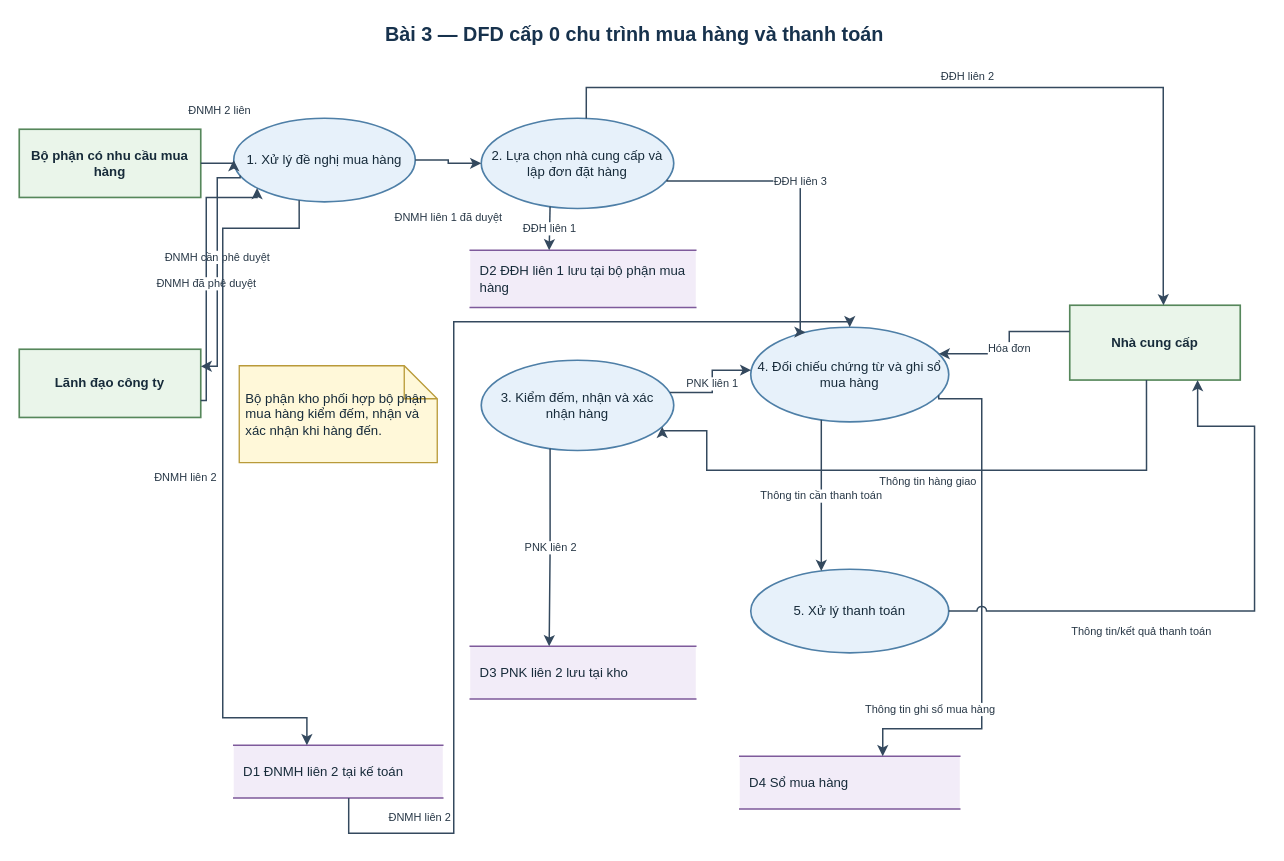
Earlier version of the draw.io diagram assets/drawio/07_purchase_level0_dfd.drawio (saigonbaddielover/thtrang). Source tidied: cells renumbered, new cells numbered last; positions are measured from the earlier drawing's top-left corner, leaving out a move shared by most shapes. Both pictures are drawn from the tidied source at 110%, with x=0, y=0 at pixel (19, 19).
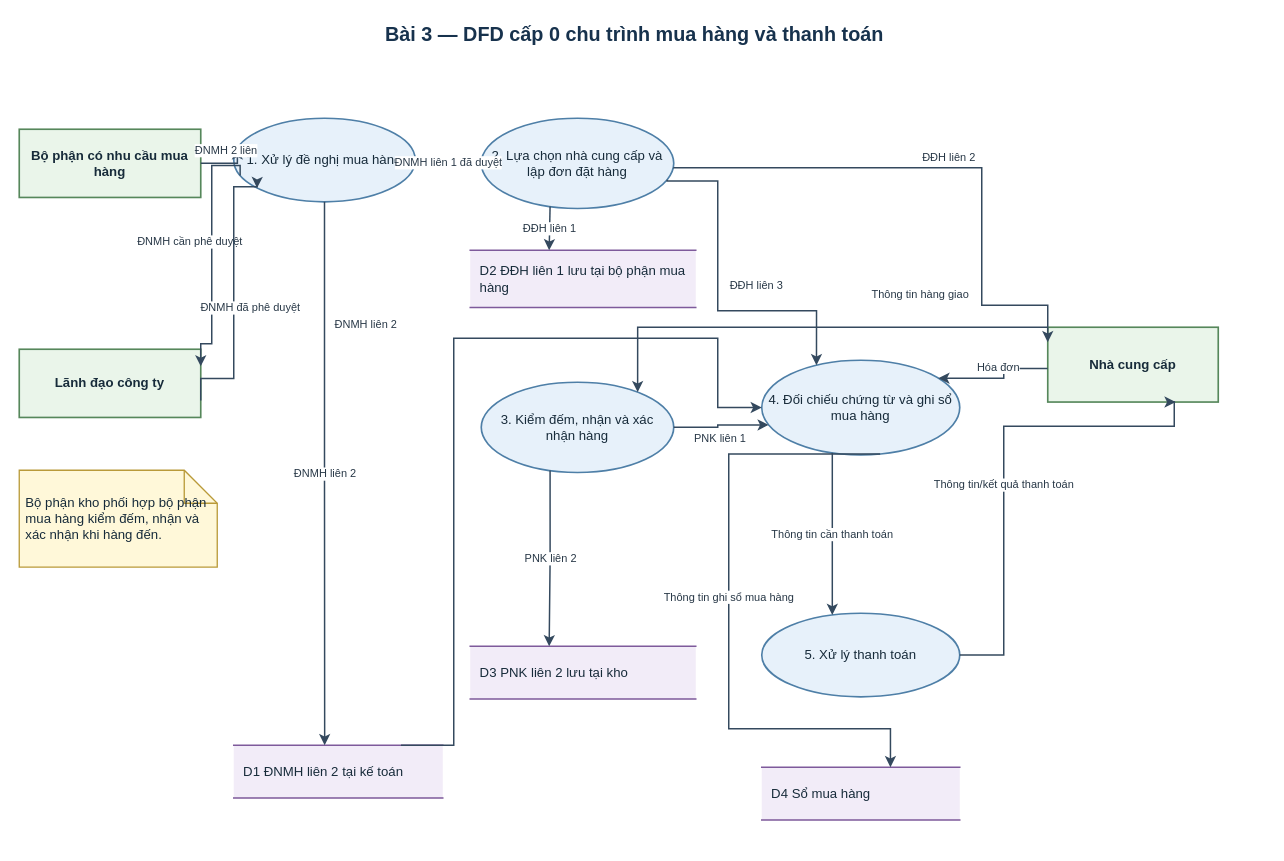
The same page after the edit.

Unchanged cells that the change refers to:
```xml
<mxCell id="3" value="Bộ phận có nhu cầu mua hàng" style="rounded=0;html=1;whiteSpace=wrap;fontFamily=Arial;align=center;verticalAlign=middle;fontColor=#172B3A; fontSize=11;fontStyle=1;spacing=5;fillColor=#EAF5EA;strokeColor=#56875B;strokeWidth=1.5;" parent="1" vertex="1">
  <mxGeometry y="100" width="165" height="62" as="geometry" />
</mxCell>
<mxCell id="4" value="Lãnh đạo công ty" style="rounded=0;html=1;whiteSpace=wrap;fontFamily=Arial;align=center;verticalAlign=middle;fontColor=#172B3A; fontSize=11;fontStyle=1;spacing=5;fillColor=#EAF5EA;strokeColor=#56875B;strokeWidth=1.5;" parent="1" vertex="1">
  <mxGeometry y="300" width="165" height="62" as="geometry" />
</mxCell>
<mxCell id="6" value="1. Xử lý đề nghị mua hàng" style="shape=ellipse;perimeter=ellipsePerimeter;html=1;whiteSpace=wrap;fontFamily=Arial;align=center;verticalAlign=middle;fontColor=#172B3A; fontSize=11;spacing=5;fillColor=#E7F1FA;strokeColor=#4E7FA7;strokeWidth=1.5;" parent="1" vertex="1">
  <mxGeometry x="195" y="90" width="165" height="76" as="geometry" />
</mxCell>
<mxCell id="7" value="2. Lựa chọn nhà cung cấp và lập đơn đặt hàng" style="shape=ellipse;perimeter=ellipsePerimeter;html=1;whiteSpace=wrap;fontFamily=Arial;align=center;verticalAlign=middle;fontColor=#172B3A; fontSize=11;spacing=5;fillColor=#E7F1FA;strokeColor=#4E7FA7;strokeWidth=1.5;" parent="1" vertex="1">
  <mxGeometry x="420" y="90" width="175" height="82" as="geometry" />
</mxCell>
<mxCell id="11" value="D1  ĐNMH liên 2 tại kế toán" style="shape=partialRectangle;right=0;left=0;html=1;whiteSpace=wrap;fontFamily=Arial;align=center;verticalAlign=middle;fontColor=#172B3A; fontSize=10;align=left;spacingLeft=7;spacingRight=4;fillColor=#F2ECF8;strokeColor=#7E5A9B;strokeWidth=1.4;" parent="1" vertex="1">
  <mxGeometry x="195" y="660" width="190" height="48" as="geometry" />
</mxCell>
```

What changed in the source:
```diff
@@
     <mxCell id="5" value="Nhà cung cấp" style="rounded=0;html=1;whiteSpace=wrap;fontFamily=Arial;align=center;verticalAlign=middle;fontColor=#172B3A; fontSize=11;fontStyle=1;spacing=5;fillColor=#EAF5EA;strokeColor=#56875B;strokeWidth=1.5;" parent="1" vertex="1">
-      <mxGeometry x="955" y="260" width="155" height="68" as="geometry" />
+      <mxGeometry x="935" y="280" width="155" height="68" as="geometry" />
     </mxCell>
@@
     <mxCell id="8" value="3. Kiểm đếm, nhận và xác nhận hàng" style="shape=ellipse;perimeter=ellipsePerimeter;html=1;whiteSpace=wrap;fontFamily=Arial;align=center;verticalAlign=middle;fontColor=#172B3A; fontSize=11;spacing=5;fillColor=#E7F1FA;strokeColor=#4E7FA7;strokeWidth=1.5;" parent="1" vertex="1">
-      <mxGeometry x="420" y="310" width="175" height="82" as="geometry" />
+      <mxGeometry x="420" y="330" width="175" height="82" as="geometry" />
     </mxCell>
     <mxCell id="9" value="4. Đối chiếu chứng từ và ghi sổ mua hàng" style="shape=ellipse;perimeter=ellipsePerimeter;html=1;whiteSpace=wrap;fontFamily=Arial;align=center;verticalAlign=middle;fontColor=#172B3A; fontSize=11;spacing=5;fillColor=#E7F1FA;strokeColor=#4E7FA7;strokeWidth=1.5;" parent="1" vertex="1">
-      <mxGeometry x="665" y="280" width="180" height="86" as="geometry" />
+      <mxGeometry x="675" y="310" width="180" height="86" as="geometry" />
     </mxCell>
     <mxCell id="10" value="5. Xử lý thanh toán" style="shape=ellipse;perimeter=ellipsePerimeter;html=1;whiteSpace=wrap;fontFamily=Arial;align=center;verticalAlign=middle;fontColor=#172B3A; fontSize=11;spacing=5;fillColor=#E7F1FA;strokeColor=#4E7FA7;strokeWidth=1.5;" parent="1" vertex="1">
-      <mxGeometry x="665" y="500" width="180" height="76" as="geometry" />
+      <mxGeometry x="675" y="540" width="180" height="76" as="geometry" />
     </mxCell>
@@
     <mxCell id="14" value="D4  Sổ mua hàng" style="shape=partialRectangle;right=0;left=0;html=1;whiteSpace=wrap;fontFamily=Arial;align=center;verticalAlign=middle;fontColor=#172B3A; fontSize=10;align=left;spacingLeft=7;spacingRight=4;fillColor=#F2ECF8;strokeColor=#7E5A9B;strokeWidth=1.4;" parent="1" vertex="1">
-      <mxGeometry x="655" y="670" width="200" height="48" as="geometry" />
+      <mxGeometry x="675" y="680" width="180" height="48" as="geometry" />
     </mxCell>
     <mxCell id="15" value="Bộ phận kho phối hợp bộ phận mua hàng kiểm đếm, nhận và xác nhận khi hàng đến." style="shape=note;html=1;whiteSpace=wrap;fontFamily=Arial;align=center;verticalAlign=middle;fontColor=#172B3A; fontSize=10;align=left;spacing=6;fillColor=#FFF8D9;strokeColor=#B99A39;strokeWidth=1.2;" parent="1" vertex="1">
-      <mxGeometry x="200" y="315" width="180" height="88" as="geometry" />
+      <mxGeometry y="410" width="180" height="88" as="geometry" />
     </mxCell>
-    <mxCell id="16" value="ĐNMH 2 liên" style="edgeStyle=orthogonalEdgeStyle;rounded=0;jettySize=auto;html=1;fontFamily=Arial;fontSize=10;fontColor=#273746;labelBackgroundColor=#FFFFFF;strokeColor=#34495E;strokeWidth=1.35;endArrow=classic;endFill=1;exitX=1;exitY=0.5;entryX=0;entryY=0.5;" parent="1" edge="1" source="3" target="6">
+    <mxCell id="16" value="ĐNMH 2 liên" style="edgeStyle=orthogonalEdgeStyle;rounded=0;jettySize=auto;html=1;fontFamily=Arial;fontSize=10;fontColor=#273746;labelBackgroundColor=#FFFFFF;strokeColor=#34495E;strokeWidth=1.35;endArrow=classic;endFill=1;exitX=1;exitY=0.5;entryX=0;entryY=0.35;" parent="1" edge="1" source="3" target="6">
       <mxGeometry relative="1" as="geometry">
-        <mxPoint y="-48" as="offset" />
+        <mxPoint y="-12" as="offset" />
       </mxGeometry>
     </mxCell>
     <mxCell id="17" value="ĐNMH cần phê duyệt" style="edgeStyle=orthogonalEdgeStyle;rounded=0;jettySize=auto;html=1;fontFamily=Arial;fontSize=10;fontColor=#273746;labelBackgroundColor=#FFFFFF;strokeColor=#34495E;strokeWidth=1.35;endArrow=classic;endFill=1;exitX=0;exitY=0.7;entryX=1;entryY=0.25;" parent="1" edge="1" source="6" target="4">
       <mxGeometry relative="1" as="geometry">
         <Array as="points">
-          <mxPoint x="180" y="144" />
-          <mxPoint x="180" y="316" />
+          <mxPoint x="175" y="133" />
+          <mxPoint x="175" y="295" />
         </Array>
-        <mxPoint y="-10" as="offset" />
+        <mxPoint x="-20" y="-10" as="offset" />
       </mxGeometry>
     </mxCell>
     <mxCell id="18" value="ĐNMH đã phê duyệt" style="edgeStyle=orthogonalEdgeStyle;rounded=0;jettySize=auto;html=1;fontFamily=Arial;fontSize=10;fontColor=#273746;labelBackgroundColor=#FFFFFF;strokeColor=#34495E;strokeWidth=1.35;endArrow=classic;endFill=1;exitX=1;exitY=0.75;entryX=0;entryY=0.95;" parent="1" edge="1" source="4" target="6">
       <mxGeometry relative="1" as="geometry">
         <Array as="points">
-          <mxPoint x="170" y="346" />
-          <mxPoint x="170" y="162" />
+          <mxPoint x="195" y="326.5" />
+          <mxPoint x="195" y="152.2" />
         </Array>
-        <mxPoint y="10" as="offset" />
+        <mxPoint x="15" y="8" as="offset" />
       </mxGeometry>
     </mxCell>
     <mxCell id="19" value="ĐNMH liên 1 đã duyệt" style="edgeStyle=orthogonalEdgeStyle;rounded=0;jettySize=auto;html=1;fontFamily=Arial;fontSize=10;fontColor=#273746;labelBackgroundColor=#FFFFFF;strokeColor=#34495E;strokeWidth=1.35;endArrow=classic;endFill=1;exitX=1;exitY=0.5;entryX=0;entryY=0.5;" parent="1" edge="1" source="6" target="7">
-      <mxGeometry relative="1" as="geometry">
-        <mxPoint y="50" as="offset" />
-      </mxGeometry>
+      <mxGeometry relative="1" as="geometry" />
     </mxCell>
-    <mxCell id="20" value="ĐNMH liên 2" style="edgeStyle=orthogonalEdgeStyle;rounded=0;jettySize=auto;html=1;fontFamily=Arial;fontSize=10;fontColor=#273746;labelBackgroundColor=#FFFFFF;strokeColor=#34495E;strokeWidth=1.35;endArrow=classic;endFill=1;exitX=0.35;exitY=1;entryX=0.35;entryY=0;" parent="1" edge="1" source="6" target="11">
-      <mxGeometry relative="1" as="geometry">
-        <Array as="points">
-          <mxPoint x="185" y="190" />
-          <mxPoint x="185" y="635" />
-          <mxPoint x="262" y="635" />
-        </Array>
-        <mxPoint x="-34" as="offset" />
-      </mxGeometry>
+    <mxCell id="20" value="ĐNMH liên 2" style="edgeStyle=orthogonalEdgeStyle;rounded=0;jettySize=auto;html=1;fontFamily=Arial;fontSize=10;fontColor=#273746;labelBackgroundColor=#FFFFFF;strokeColor=#34495E;strokeWidth=1.35;endArrow=classic;endFill=1;exitX=0.5;exitY=1;entryX=0.435;entryY=0;" parent="1" edge="1" source="6" target="11">
+      <mxGeometry relative="1" as="geometry" />
     </mxCell>
-    <mxCell id="21" value="ĐĐH liên 2" style="edgeStyle=orthogonalEdgeStyle;rounded=0;jettySize=auto;html=1;fontFamily=Arial;fontSize=10;fontColor=#273746;labelBackgroundColor=#FFFFFF;strokeColor=#34495E;strokeWidth=1.35;endArrow=classic;endFill=1;exitX=0.55;exitY=0;entryX=0.55;entryY=0;" parent="1" edge="1" source="7" target="5">
+    <mxCell id="21" value="ĐĐH liên 2" style="edgeStyle=orthogonalEdgeStyle;rounded=0;jettySize=auto;html=1;fontFamily=Arial;fontSize=10;fontColor=#273746;labelBackgroundColor=#FFFFFF;strokeColor=#34495E;strokeWidth=1.35;endArrow=classic;endFill=1;exitX=1;exitY=0.55;entryX=0;entryY=0.2;" parent="1" edge="1" source="7" target="5">
       <mxGeometry relative="1" as="geometry">
         <Array as="points">
-          <mxPoint x="516" y="62" />
-          <mxPoint x="1040" y="62" />
-          <mxPoint x="1040" y="248" />
+          <mxPoint x="875" y="135" />
+          <mxPoint x="875" y="260" />
         </Array>
         <mxPoint y="-10" as="offset" />
       </mxGeometry>
     </mxCell>
@@
     <mxCell id="23" value="ĐĐH liên 3" style="edgeStyle=orthogonalEdgeStyle;rounded=0;jettySize=auto;html=1;fontFamily=Arial;fontSize=10;fontColor=#273746;labelBackgroundColor=#FFFFFF;strokeColor=#34495E;strokeWidth=1.35;endArrow=classic;endFill=1;exitX=1;exitY=0.7;entryX=0.25;entryY=0;" parent="1" edge="1" source="7" target="9">
       <mxGeometry relative="1" as="geometry">
         <Array as="points">
           <mxPoint x="635" y="147" />
-          <mxPoint x="710" y="147" />
-          <mxPoint x="710" y="265" />
+          <mxPoint x="635" y="265" />
         </Array>
-        <mxPoint y="-10" as="offset" />
+        <mxPoint x="35" y="-10" as="offset" />
       </mxGeometry>
     </mxCell>
-    <mxCell id="24" value="Thông tin hàng giao" style="edgeStyle=orthogonalEdgeStyle;rounded=0;jettySize=auto;jumpStyle=arc;jumpSize=8;html=1;fontFamily=Arial;fontSize=10;fontColor=#273746;labelBackgroundColor=#FFFFFF;strokeColor=#34495E;strokeWidth=1.35;endArrow=classic;endFill=1;exitX=0.45;exitY=1;entryX=1;entryY=0.78;" parent="1" edge="1" source="5" target="8">
+    <mxCell id="24" value="Thông tin hàng giao" style="edgeStyle=orthogonalEdgeStyle;rounded=0;jettySize=auto;html=1;fontFamily=Arial;fontSize=10;fontColor=#273746;labelBackgroundColor=#FFFFFF;strokeColor=#34495E;strokeWidth=1.35;endArrow=classic;endFill=1;exitX=0;exitY=0;entryX=0.9;entryY=0;" parent="1" edge="1" source="5" target="8">
       <mxGeometry relative="1" as="geometry">
         <Array as="points">
-          <mxPoint x="1025" y="410" />
-          <mxPoint x="625" y="410" />
-          <mxPoint x="625" y="374" />
+          <mxPoint x="875" y="280" />
+          <mxPoint x="575" y="280" />
         </Array>
-        <mxPoint y="10" as="offset" />
+        <mxPoint x="100" y="-30" as="offset" />
       </mxGeometry>
     </mxCell>
-    <mxCell id="25" value="PNK liên 1" style="edgeStyle=orthogonalEdgeStyle;rounded=0;jettySize=auto;html=1;fontFamily=Arial;fontSize=10;fontColor=#273746;labelBackgroundColor=#FFFFFF;strokeColor=#34495E;strokeWidth=1.35;endArrow=classic;endFill=1;exitX=1;exitY=0.35;entryX=0;entryY=0.45;" parent="1" edge="1" source="8" target="9">
-      <mxGeometry relative="1" as="geometry" />
+    <mxCell id="25" value="PNK liên 1" style="edgeStyle=orthogonalEdgeStyle;rounded=0;jettySize=auto;html=1;fontFamily=Arial;fontSize=10;fontColor=#273746;labelBackgroundColor=#FFFFFF;strokeColor=#34495E;strokeWidth=1.35;endArrow=classic;endFill=1;exitX=1;exitY=0.5;entryX=0;entryY=0.7;" parent="1" edge="1" source="8" target="9">
+      <mxGeometry relative="1" as="geometry">
+        <mxPoint y="12" as="offset" />
+      </mxGeometry>
     </mxCell>
@@
-    <mxCell id="27" value="Hóa đơn" style="edgeStyle=orthogonalEdgeStyle;rounded=0;jettySize=auto;html=1;fontFamily=Arial;fontSize=10;fontColor=#273746;labelBackgroundColor=#FFFFFF;strokeColor=#34495E;strokeWidth=1.35;endArrow=classic;endFill=1;exitX=0;exitY=0.35;entryX=1;entryY=0.25;" parent="1" edge="1" source="5" target="9">
-      <mxGeometry relative="1" as="geometry" />
+    <mxCell id="27" value="Hóa đơn" style="edgeStyle=orthogonalEdgeStyle;rounded=0;jettySize=auto;html=1;fontFamily=Arial;fontSize=10;fontColor=#273746;labelBackgroundColor=#FFFFFF;strokeColor=#34495E;strokeWidth=1.35;endArrow=classic;endFill=1;exitX=0;exitY=0.55;entryX=1;entryY=0.1;" parent="1" edge="1" source="5" target="9">
+      <mxGeometry relative="1" as="geometry">
+        <mxPoint y="-10" as="offset" />
+      </mxGeometry>
     </mxCell>
-    <mxCell id="28" value="ĐNMH liên 2" style="edgeStyle=orthogonalEdgeStyle;rounded=0;jettySize=auto;html=1;fontFamily=Arial;fontSize=10;fontColor=#273746;labelBackgroundColor=#FFFFFF;strokeColor=#34495E;strokeWidth=1.35;endArrow=classic;endFill=1;exitX=0.55;exitY=1;entryX=0.5;entryY=0;" parent="1" edge="1" source="11" target="9">
-      <mxGeometry x="-0.8" relative="1" as="geometry">
+    <mxCell id="28" value="ĐNMH liên 2" style="edgeStyle=orthogonalEdgeStyle;rounded=0;jettySize=auto;html=1;fontFamily=Arial;fontSize=10;fontColor=#273746;labelBackgroundColor=#FFFFFF;strokeColor=#34495E;strokeWidth=1.35;endArrow=classic;endFill=1;exitX=0.8;exitY=0;entryX=0;entryY=0.5;" parent="1" edge="1" source="11" target="9">
+      <mxGeometry relative="1" as="geometry">
         <Array as="points">
-          <mxPoint x="300" y="740" />
-          <mxPoint x="395" y="740" />
-          <mxPoint x="395" y="275" />
-          <mxPoint x="755" y="275" />
+          <mxPoint x="395" y="660" />
+          <mxPoint x="395" y="290" />
+          <mxPoint x="635" y="290" />
+          <mxPoint x="635" y="353" />
         </Array>
-        <mxPoint y="-15" as="offset" />
+        <mxPoint x="-80" y="-50" as="offset" />
       </mxGeometry>
     </mxCell>
-    <mxCell id="29" value="Thông tin ghi sổ mua hàng" style="edgeStyle=orthogonalEdgeStyle;rounded=0;jettySize=auto;html=1;fontFamily=Arial;fontSize=10;fontColor=#273746;labelBackgroundColor=#FFFFFF;strokeColor=#34495E;strokeWidth=1.35;endArrow=classic;endFill=1;exitX=1;exitY=0.75;entryX=0.65;entryY=0;" parent="1" edge="1" source="9" target="14">
-      <mxGeometry x="0.7" relative="1" as="geometry">
+    <mxCell id="29" value="Thông tin ghi sổ mua hàng" style="edgeStyle=orthogonalEdgeStyle;rounded=0;jettySize=auto;html=1;fontFamily=Arial;fontSize=10;fontColor=#273746;labelBackgroundColor=#FFFFFF;strokeColor=#34495E;strokeWidth=1.35;endArrow=classic;endFill=1;exitX=0.6;exitY=1;entryX=0.65;entryY=0;" parent="1" edge="1" source="9" target="14">
+      <mxGeometry relative="1" as="geometry">
         <Array as="points">
-          <mxPoint x="875" y="345" />
-          <mxPoint x="875" y="645" />
-          <mxPoint x="785" y="645" />
+          <mxPoint x="645" y="396" />
+          <mxPoint x="645" y="645" />
+          <mxPoint x="792" y="645" />
         </Array>
         <mxPoint y="-18" as="offset" />
       </mxGeometry>
     </mxCell>
@@
-    <mxCell id="31" value="Thông tin/kết quả thanh toán" style="edgeStyle=orthogonalEdgeStyle;rounded=0;jettySize=auto;jumpStyle=arc;jumpSize=8;html=1;fontFamily=Arial;fontSize=10;fontColor=#273746;labelBackgroundColor=#FFFFFF;strokeColor=#34495E;strokeWidth=1.35;endArrow=classic;endFill=1;exitX=1;exitY=0.5;entryX=0.75;entryY=1;" parent="1" edge="1" source="10" target="5">
-      <mxGeometry x="-0.35" relative="1" as="geometry">
+    <mxCell id="31" value="Thông tin/kết quả thanh toán" style="edgeStyle=orthogonalEdgeStyle;rounded=0;jettySize=auto;html=1;fontFamily=Arial;fontSize=10;fontColor=#273746;labelBackgroundColor=#FFFFFF;strokeColor=#34495E;strokeWidth=1.35;endArrow=classic;endFill=1;exitX=1;exitY=0.5;entryX=0.75;entryY=1;" parent="1" edge="1" source="10" target="5">
+      <mxGeometry relative="1" as="geometry">
         <Array as="points">
-          <mxPoint x="1123" y="538" />
-          <mxPoint x="1123" y="370" />
-          <mxPoint x="1071" y="370" />
+          <mxPoint x="895" y="578" />
+          <mxPoint x="895" y="370" />
+          <mxPoint x="1050" y="370" />
         </Array>
         <mxPoint y="18" as="offset" />
       </mxGeometry>
     </mxCell>
```
